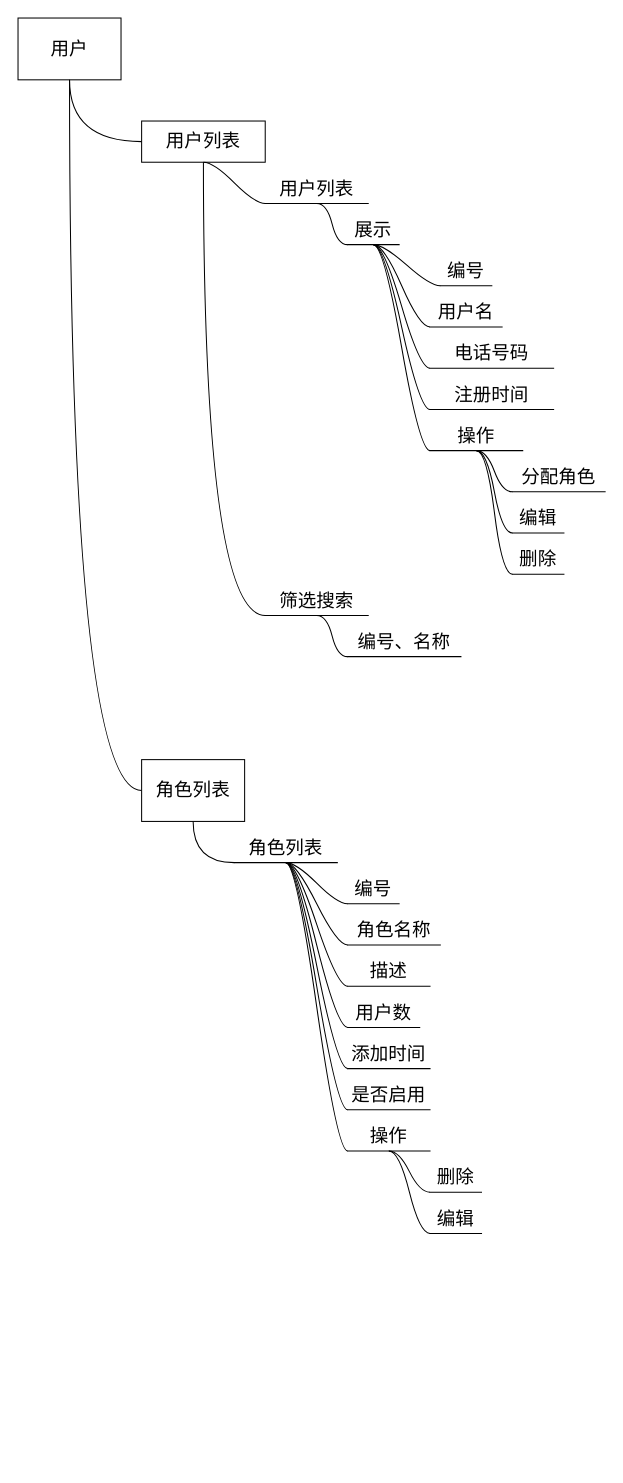
Above: document/scheme/用户.drawio in hhoao/retrack (draw.io), before the change. Source tidied: cells renumbered, new cells numbered last; positions are measured from the earlier drawing's top-left corner, leaving out a move shared by most shapes. Both pictures are drawn from the tidied source at 103%, with x=0, y=0 at pixel (18, 18).
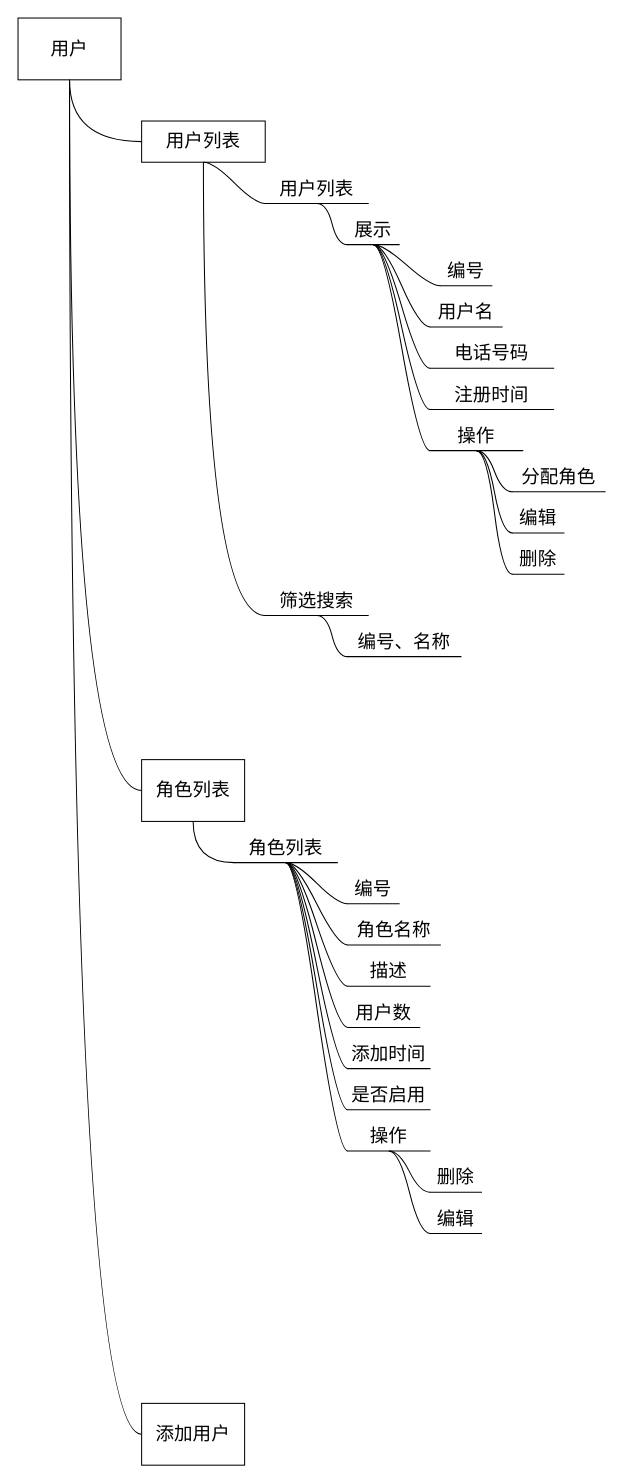
The same diagram, later.

Commit message (it also covers changes not shown here):
feat(document): 增加了需求分析.md和开发进度.drawio 修改了一些细节

The change refers to these unchanged cells:
```xml
<mxCell id="3" value="用户" style="whiteSpace=wrap;html=1;align=center;verticalAlign=middle;newEdgeStyle={&quot;edgeStyle&quot;:&quot;elbowEdgeStyle&quot;,&quot;startArrow&quot;:&quot;none&quot;,&quot;endArrow&quot;:&quot;none&quot;};labelBorderColor=none;comic=0;fontFamily=Helvetica;fontSize=18;fontColor=none;startSize=0;strokeColor=default;fillColor=default;" parent="1" vertex="1">
  <mxGeometry width="100" height="60" as="geometry" />
</mxCell>
```

Diff of the diagram source:
```diff
@@
+    <mxCell id="51" value="添加用户" style="whiteSpace=wrap;html=1;align=center;verticalAlign=middle;newEdgeStyle={&quot;edgeStyle&quot;:&quot;elbowEdgeStyle&quot;,&quot;startArrow&quot;:&quot;none&quot;,&quot;endArrow&quot;:&quot;none&quot;};labelBorderColor=none;comic=0;fontFamily=Helvetica;fontSize=18;fontColor=none;startSize=0;strokeColor=default;fillColor=default;" parent="1" vertex="1">
+      <mxGeometry x="120" y="1345" width="100" height="60" as="geometry" />
+    </mxCell>
+    <mxCell id="52" style="edgeStyle=elbowEdgeStyle;elbow=vertical;startArrow=none;endArrow=none;rounded=0;fontFamily=Helvetica;fontSize=18;fontColor=none;curved=1;exitX=0.5;exitY=1;exitDx=0;exitDy=0;entryX=0;entryY=0.5;entryDx=0;entryDy=0;" parent="1" edge="1" source="3" target="51">
+      <mxGeometry relative="1" as="geometry">
+        <Array as="points">
+          <mxPoint x="50" y="1375" />
+        </Array>
+      </mxGeometry>
+    </mxCell>
```
